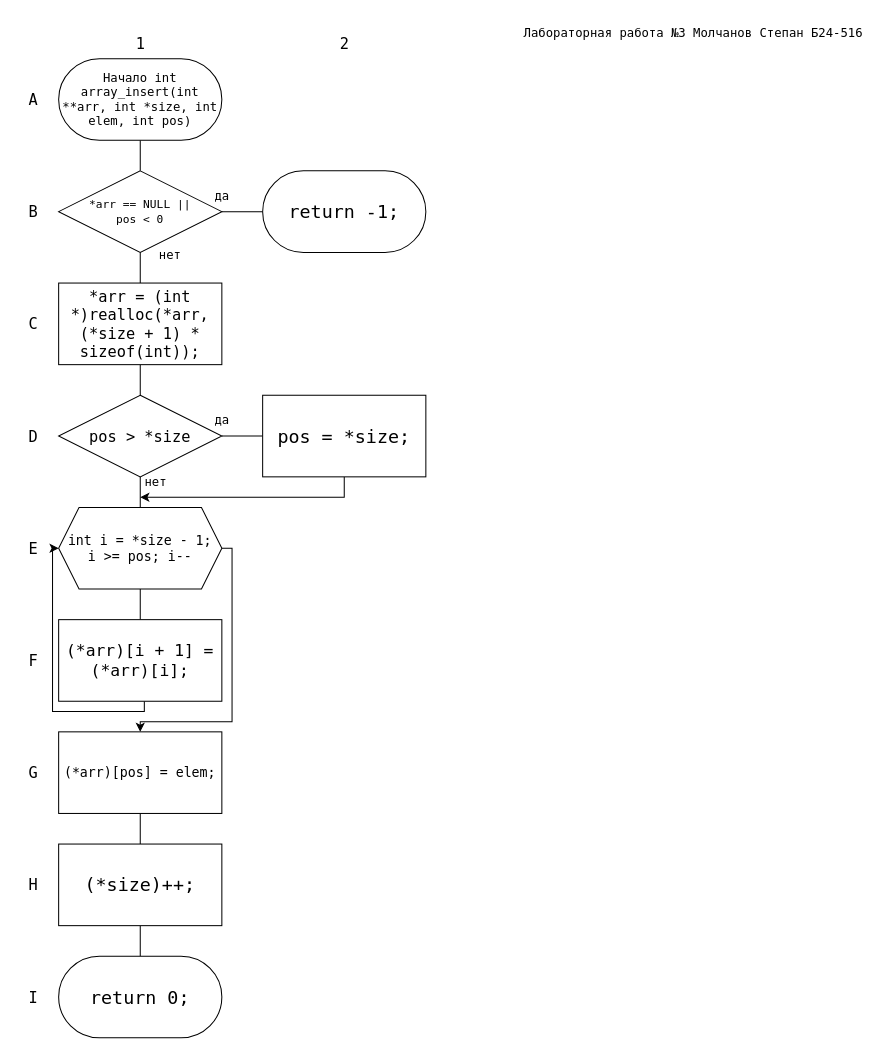
This is page "array_insert" (4 of 7) of lab3.drawio from molchanov71/MEPhIflowcharts, a draw.io file, before an edit. Source tidied: cells renumbered, new cells numbered last; positions are measured from the earlier drawing's top-left corner, leaving out a move shared by most shapes. Both pictures are drawn from the tidied source at 102%, with x=0, y=0 at pixel (17, 17).
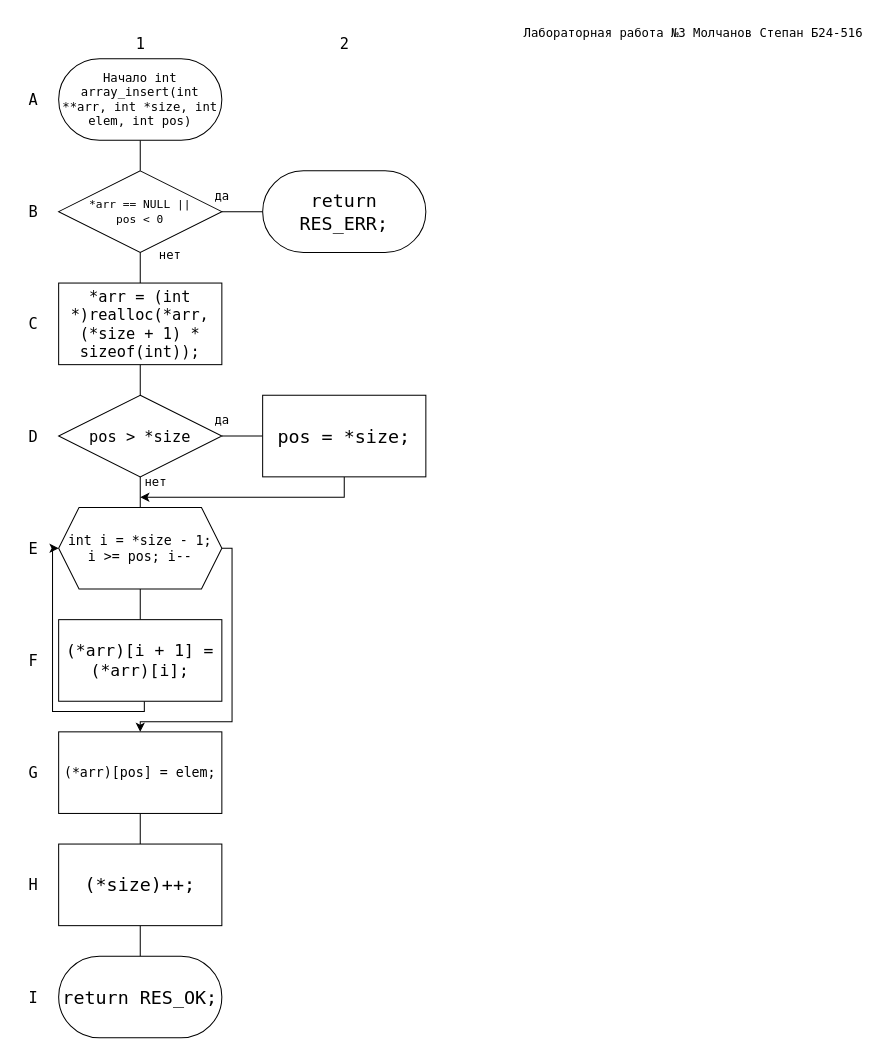
Above is the later version.

The edit, as a diff of the source:
```diff
@@
-    <mxCell id="6" value="&lt;font style=&quot;font-size: 18px;&quot; face=&quot;Lucida Console&quot;&gt;return -1;&lt;/font&gt;" style="rounded=1;whiteSpace=wrap;html=1;arcSize=50;" parent="1" vertex="1">
+    <mxCell id="6" value="&lt;font style=&quot;font-size: 18px;&quot; face=&quot;Lucida Console&quot;&gt;return RES_ERR;&lt;/font&gt;" style="rounded=1;whiteSpace=wrap;html=1;arcSize=50;" parent="1" vertex="1">
       <mxGeometry x="240" y="150" width="160" height="80" as="geometry" />
     </mxCell>
@@
-    <mxCell id="23" value="&lt;font style=&quot;font-size: 18px;&quot; face=&quot;Lucida Console&quot;&gt;return 0;&lt;/font&gt;" style="rounded=1;whiteSpace=wrap;html=1;arcSize=50;" parent="1" vertex="1">
+    <mxCell id="23" value="&lt;font style=&quot;font-size: 18px;&quot; face=&quot;Lucida Console&quot;&gt;return RES_OK;&lt;/font&gt;" style="rounded=1;whiteSpace=wrap;html=1;arcSize=50;" parent="1" vertex="1">
       <mxGeometry x="40" y="920" width="160" height="80" as="geometry" />
     </mxCell>
```
